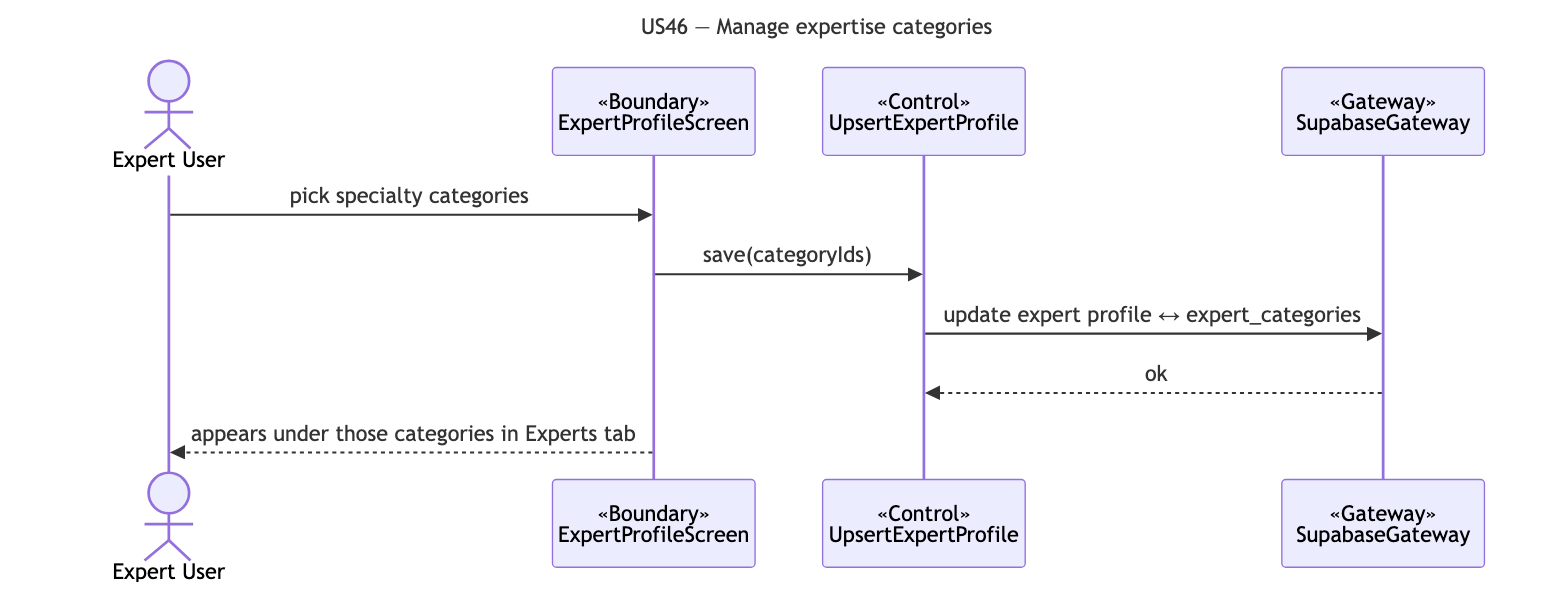
Before: docs/deliverables/sequence-diagrams/US46-expert-categories.png, a diagram exported from Mermaid (cyuanjun/FYP-26-S2-37-app). Its source is kept beside it as docs/deliverables/sequence-diagrams/src/US46-expert-categories.mmd.
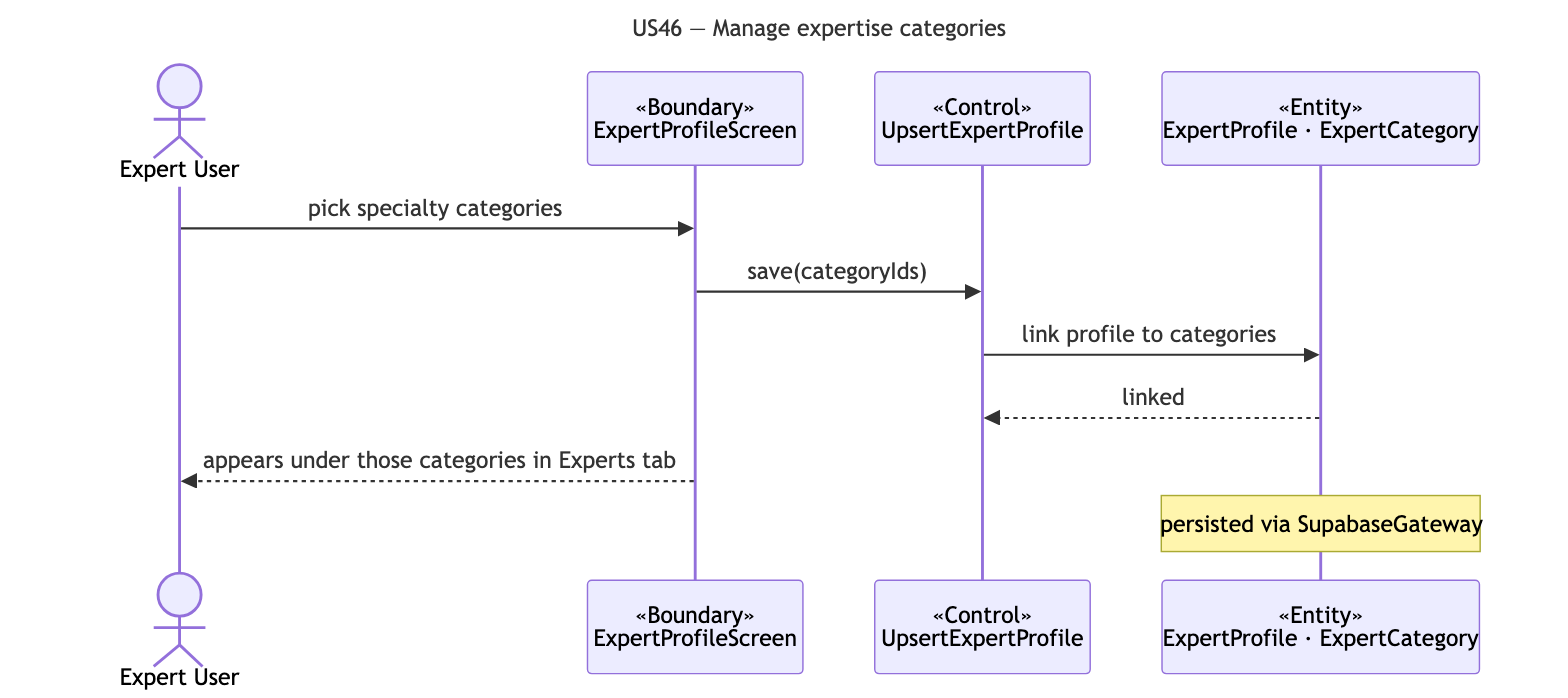
Later version of the same file.

Diff of the diagram source:
```diff
@@ -5,9 +5,10 @@
   actor A as Expert User
   participant B as «Boundary»<br/>ExpertProfileScreen
   participant C as «Control»<br/>UpsertExpertProfile
-  participant G as «Gateway»<br/>SupabaseGateway
+  participant E as «Entity»<br/>ExpertProfile · ExpertCategory
   A->>B: pick specialty categories
   B->>C: save(categoryIds)
-  C->>G: update expert profile ↔ expert_categories
-  G-->>C: ok
+  C->>E: link profile to categories
+  E-->>C: linked
   B-->>A: appears under those categories in Experts tab
+  note over E: persisted via SupabaseGateway
```
